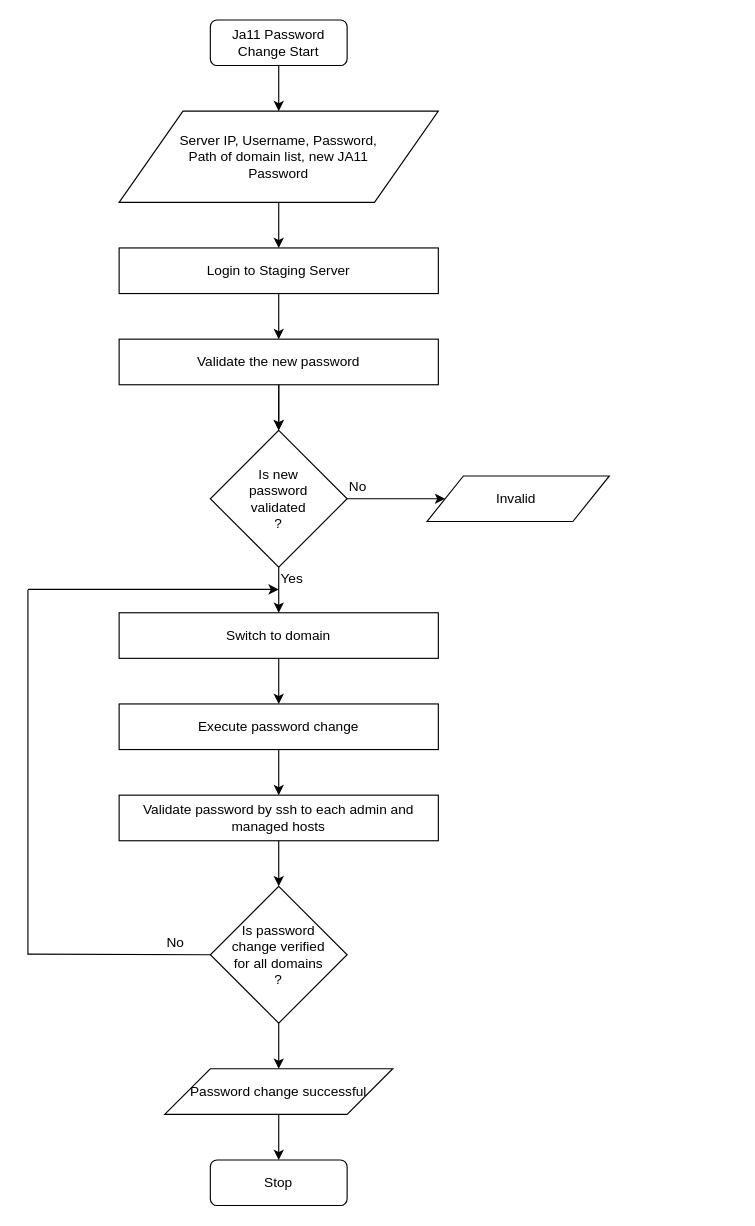
Before: Untitled Diagram.drawio in shobith-chadaga/Angular-GettingStarted, a draw.io diagram. Source tidied: cells renumbered, new cells numbered last; positions are measured from the earlier drawing's top-left corner, leaving out a move shared by most shapes. Both pictures are drawn from the tidied source at 114%, with x=0, y=0 at pixel (27, 19).
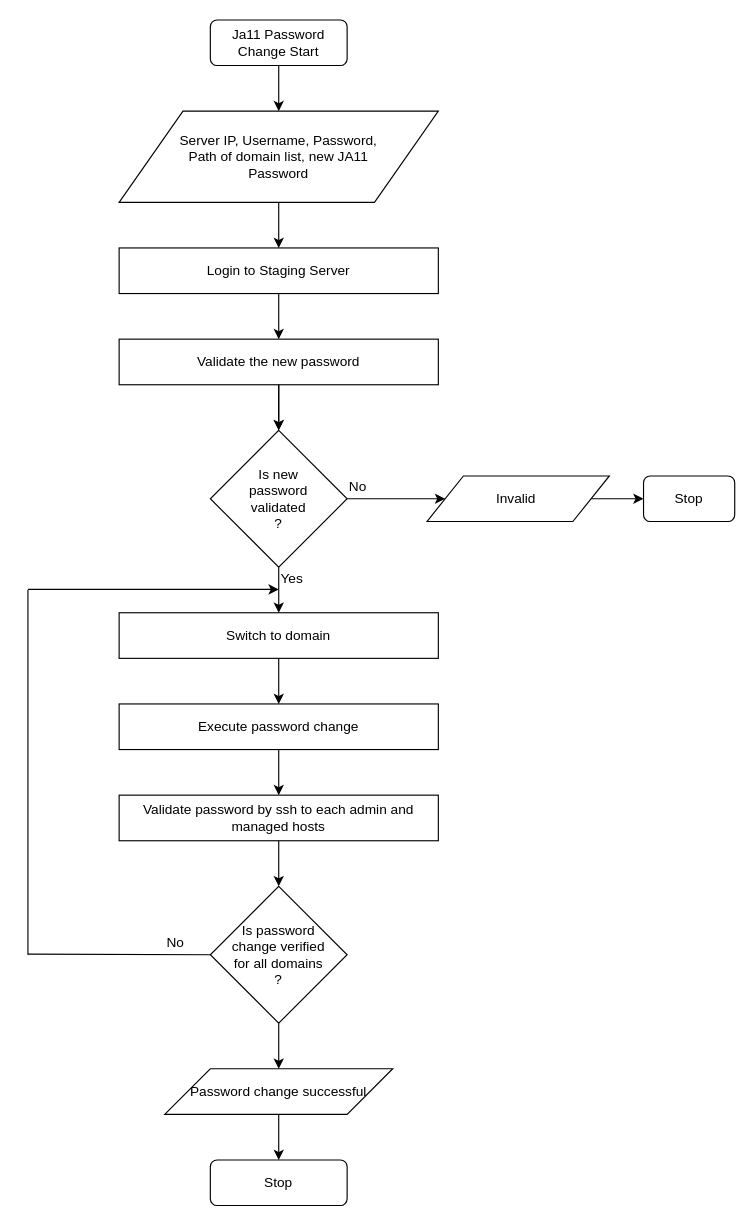
The same diagram, later.

The change refers to these unchanged cells:
```xml
<mxCell id="14" value="Invalid&amp;nbsp;" style="shape=parallelogram;perimeter=parallelogramPerimeter;whiteSpace=wrap;html=1;" parent="1" vertex="1">
  <mxGeometry x="350" y="400" width="160" height="40" as="geometry" />
</mxCell>
```

Diff of the diagram source:
```diff
@@
+    <mxCell id="32" style="edgeStyle=orthogonalEdgeStyle;rounded=0;jettySize=auto;html=1;" parent="1" edge="1" source="14">
+      <mxGeometry relative="1" as="geometry">
+        <mxPoint x="540" y="420" as="targetPoint" />
+      </mxGeometry>
+    </mxCell>
@@
+    <mxCell id="33" value="Stop" style="rounded=1;whiteSpace=wrap;html=1;" parent="1" vertex="1">
+      <mxGeometry x="540" y="400" width="80" height="40" as="geometry" />
+    </mxCell>
```
